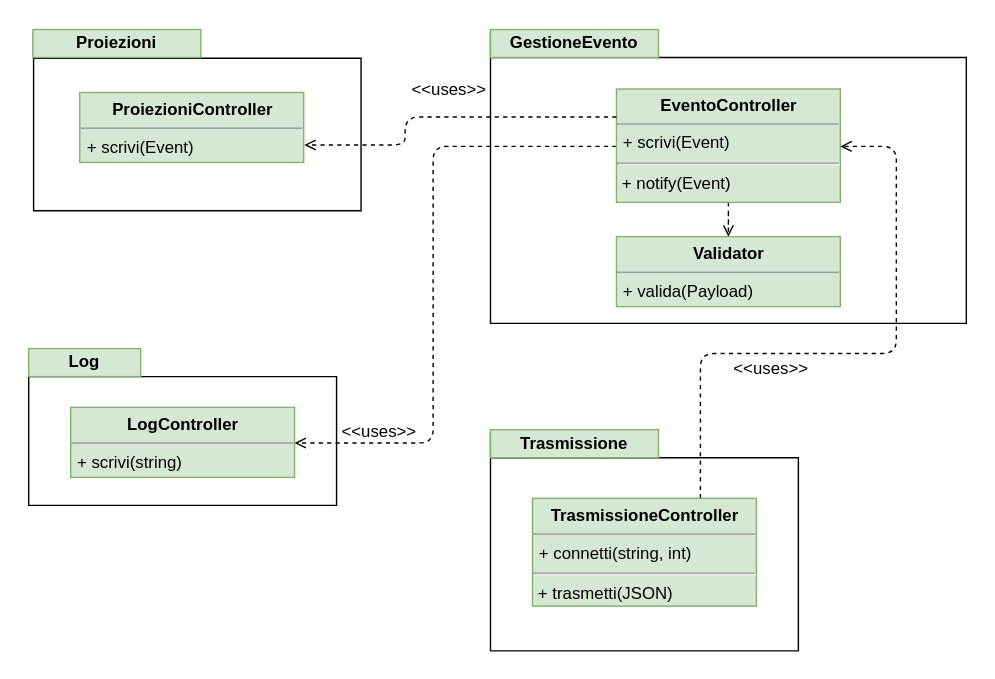
This is resources/DiagrammaClassiSistema.svg from Leaaaf/weatherment.io, a draw.io export, as it was before one commit. Source tidied: cells renumbered, new cells last; positions are measured from the earlier drawing's top-left corner, leaving out a move shared by most shapes.
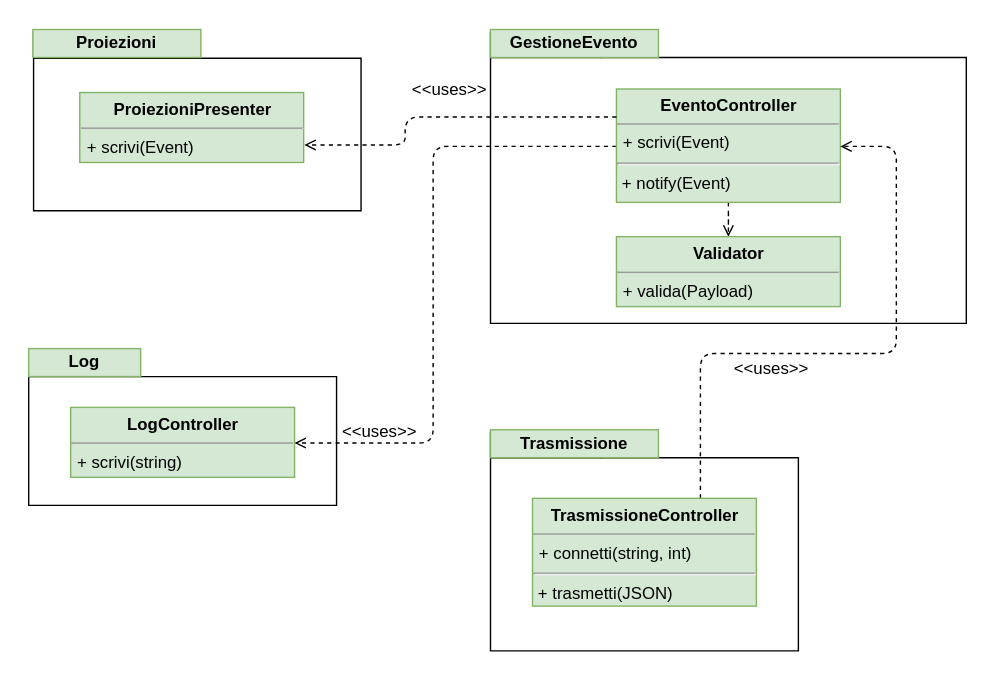
The same diagram one commit later.

Commit message:
Changed name into diagrams to ProiezioniPresenter

Change to the diagram source:
```diff
@@ -64,7 +64,7 @@
     <mxCell id="18" value="Proiezioni" style="text;align=center;fontStyle=1;verticalAlign=middle;spacingLeft=3;spacingRight=3;strokeColor=#82b366;fillColor=#d5e8d4;" parent="1" vertex="1">
       <mxGeometry x="3" y="-0.5" width="120" height="20" as="geometry" />
     </mxCell>
-    <mxCell id="19" value="&lt;p style=&quot;margin: 0px ; margin-top: 4px ; text-align: center&quot;&gt;&lt;b&gt;ProiezioniController&lt;/b&gt;&lt;/p&gt;&lt;hr size=&quot;1&quot;&gt;&lt;p style=&quot;margin: 0px ; margin-left: 4px&quot;&gt;+ scrivi(Event)&lt;/p&gt;" style="verticalAlign=top;align=left;overflow=fill;fontSize=12;fontFamily=Helvetica;html=1;fillColor=#d5e8d4;strokeColor=#82b366;" parent="1" vertex="1">
+    <mxCell id="19" value="&lt;p style=&quot;margin: 0px ; margin-top: 4px ; text-align: center&quot;&gt;&lt;b&gt;ProiezioniPresenter&lt;/b&gt;&lt;/p&gt;&lt;hr size=&quot;1&quot;&gt;&lt;p style=&quot;margin: 0px ; margin-left: 4px&quot;&gt;+ scrivi(Event)&lt;/p&gt;" style="verticalAlign=top;align=left;overflow=fill;fontSize=12;fontFamily=Helvetica;html=1;fillColor=#d5e8d4;strokeColor=#82b366;" parent="1" vertex="1">
       <mxGeometry x="36.5" y="44.5" width="160" height="50" as="geometry" />
     </mxCell>
     <mxCell id="20" value="&amp;lt;&amp;lt;uses&amp;gt;&amp;gt;" style="text;html=1;strokeColor=none;fillColor=none;align=center;verticalAlign=middle;whiteSpace=wrap;rounded=0;" parent="1" vertex="1">
```
